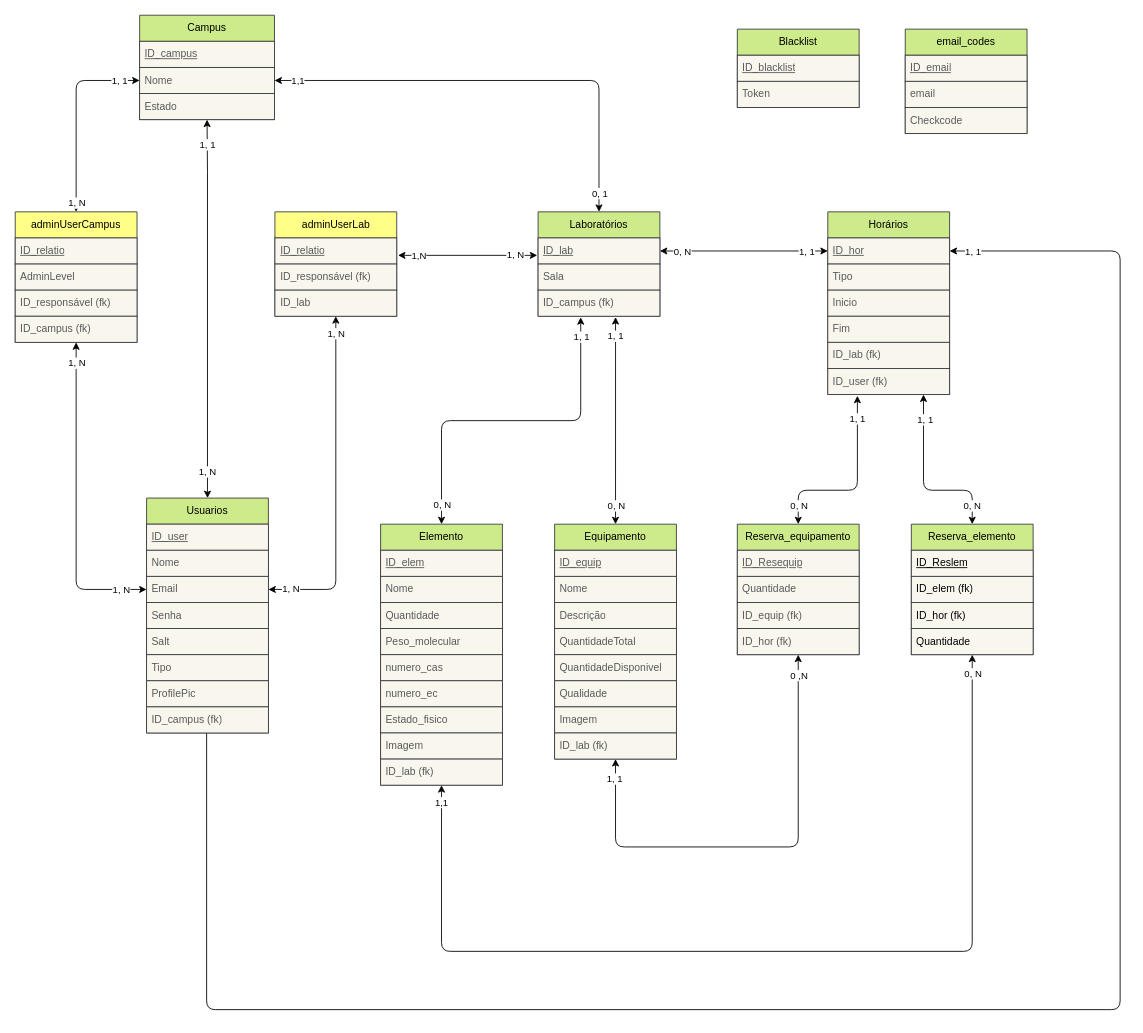
Above: database/iflab.drawio in MatheusCamargoGinebro/APIFlab (draw.io), before the change. Source tidied: cells renumbered, new cells numbered last; positions are measured from the earlier drawing's top-left corner, leaving out a move shared by most shapes. Both pictures are drawn from the tidied source at 87%, with x=0, y=0 at pixel (15, 15).
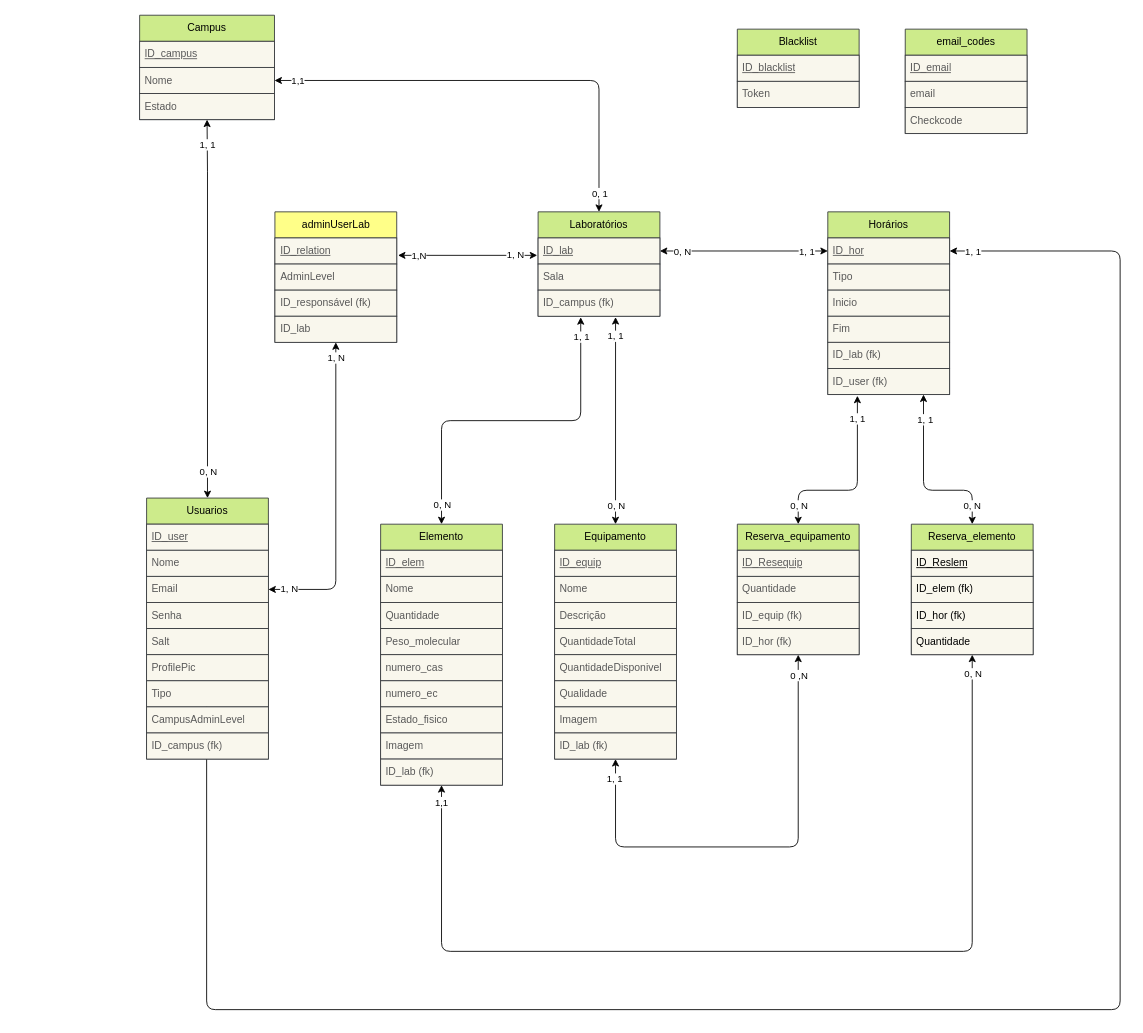
The same page after the edit.

The change refers to these unchanged cells:
```xml
<mxCell id="14" value="Email" style="text;strokeColor=#36393d;fillColor=#f9f7ed;align=left;verticalAlign=middle;spacingLeft=4;spacingRight=4;overflow=hidden;points=[[0,0.5],[1,0.5]];portConstraint=eastwest;whiteSpace=wrap;html=1;fontColor=#595959;" parent="11" vertex="1">
  <mxGeometry y="90" width="140" height="30" as="geometry" />
</mxCell>
<mxCell id="20" style="edgeStyle=orthogonalEdgeStyle;rounded=0;jettySize=auto;html=1;entryX=0.5;entryY=0;entryDx=0;entryDy=0;startArrow=classic;startFill=1;exitX=0.5;exitY=1;exitDx=0;exitDy=0;" parent="1" edge="1" source="23" target="11">
  <mxGeometry relative="1" as="geometry">
    <Array as="points">
      <mxPoint x="221" y="180" />
      <mxPoint x="220" y="180" />
    </Array>
  </mxGeometry>
</mxCell>
<mxCell id="25" value="Nome" style="text;strokeColor=#36393d;fillColor=#f9f7ed;align=left;verticalAlign=middle;spacingLeft=4;spacingRight=4;overflow=hidden;points=[[0,0.5],[1,0.5]];portConstraint=eastwest;whiteSpace=wrap;html=1;fontColor=#595959;" parent="23" vertex="1">
  <mxGeometry y="60" width="155" height="30" as="geometry" />
</mxCell>
```

Change to the diagram source:
```diff
@@
-    <mxCell id="5" style="edgeStyle=orthogonalEdgeStyle;html=1;startArrow=classic;startFill=1;entryX=0.5;entryY=1;entryDx=0;entryDy=0;entryPerimeter=0;exitX=0;exitY=0.5;exitDx=0;exitDy=0;" parent="1" edge="1" source="14" target="95">
-      <mxGeometry relative="1" as="geometry" />
-    </mxCell>
-    <mxCell id="6" value="1, N" style="edgeLabel;html=1;align=center;verticalAlign=middle;fontColor=#000000;labelBackgroundColor=#FFFFFF;" parent="5" vertex="1">
-      <mxGeometry x="0.83" relative="1" as="geometry">
-        <mxPoint y="-8" as="offset" />
-      </mxGeometry>
-    </mxCell>
-    <mxCell id="7" value="1, N" style="edgeLabel;html=1;align=center;verticalAlign=middle;fontColor=#000000;labelBackgroundColor=#FFFFFF;" parent="5" vertex="1">
-      <mxGeometry x="-0.84" relative="1" as="geometry">
-        <mxPoint x="-1" as="offset" />
-      </mxGeometry>
-    </mxCell>
@@
     <mxCell id="11" value="Usuarios" style="swimlane;fontStyle=0;horizontal=1;startSize=30;whiteSpace=wrap;html=1;fillColor=#cdeb8b;strokeColor=#36393d;fontColor=#000000;" parent="1" vertex="1">
-      <mxGeometry x="151" y="555" width="140" height="270" as="geometry" />
+      <mxGeometry x="151" y="555" width="140" height="300" as="geometry" />
     </mxCell>
@@
+    <mxCell id="18" value="ProfilePic" style="text;strokeColor=#36393d;fillColor=#f9f7ed;align=left;verticalAlign=middle;spacingLeft=4;spacingRight=4;overflow=hidden;whiteSpace=wrap;html=1;fontColor=#595959;" parent="11" vertex="1">
+      <mxGeometry y="180" width="140" height="30" as="geometry" />
+    </mxCell>
     <mxCell id="17" value="Tipo" style="text;strokeColor=#36393d;fillColor=#f9f7ed;align=left;verticalAlign=middle;spacingLeft=4;spacingRight=4;overflow=hidden;whiteSpace=wrap;html=1;fontColor=#595959;" parent="11" vertex="1">
-      <mxGeometry y="180" width="140" height="30" as="geometry" />
+      <mxGeometry y="210" width="140" height="30" as="geometry" />
     </mxCell>
-    <mxCell id="18" value="ProfilePic" style="text;strokeColor=#36393d;fillColor=#f9f7ed;align=left;verticalAlign=middle;spacingLeft=4;spacingRight=4;overflow=hidden;whiteSpace=wrap;html=1;fontColor=#595959;" parent="11" vertex="1">
-      <mxGeometry y="210" width="140" height="30" as="geometry" />
-    </mxCell>
+    <mxCell id="113" value="CampusAdminLevel" style="text;strokeColor=#36393d;fillColor=#f9f7ed;align=left;verticalAlign=middle;spacingLeft=4;spacingRight=4;overflow=hidden;whiteSpace=wrap;html=1;fontColor=#595959;" parent="11" vertex="1">
+      <mxGeometry y="240" width="140" height="30" as="geometry" />
+    </mxCell>
     <mxCell id="19" value="ID_campus (fk)" style="text;strokeColor=#36393d;fillColor=#f9f7ed;align=left;verticalAlign=middle;spacingLeft=4;spacingRight=4;overflow=hidden;whiteSpace=wrap;html=1;fontColor=#595959;" parent="11" vertex="1">
-      <mxGeometry y="240" width="140" height="30" as="geometry" />
+      <mxGeometry y="270" width="140" height="30" as="geometry" />
     </mxCell>
@@
-    <mxCell id="22" value="1, N" style="edgeLabel;html=1;align=center;verticalAlign=middle;fontColor=#000000;labelBackgroundColor=#FFFFFF;" parent="20" vertex="1">
+    <mxCell id="22" value="0, N" style="edgeLabel;html=1;align=center;verticalAlign=middle;fontColor=#000000;labelBackgroundColor=#FFFFFF;" parent="20" vertex="1">
       <mxGeometry x="0.74" y="1" relative="1" as="geometry">
-        <mxPoint x="-2" y="27" as="offset" />
+        <mxPoint x="-1" y="27" as="offset" />
       </mxGeometry>
     </mxCell>
@@
-    <mxCell id="88" style="edgeStyle=orthogonalEdgeStyle;html=1;entryX=0;entryY=0.5;entryDx=0;entryDy=0;startArrow=classic;startFill=1;" parent="1" edge="1" source="91" target="25">
-      <mxGeometry relative="1" as="geometry" />
-    </mxCell>
-    <mxCell id="89" value="1, 1" style="edgeLabel;html=1;align=center;verticalAlign=middle;fontColor=#000000;labelBackgroundColor=#FFFFFF;" parent="88" vertex="1">
-      <mxGeometry x="0.88" y="1" relative="1" as="geometry">
-        <mxPoint x="-11" as="offset" />
-      </mxGeometry>
-    </mxCell>
-    <mxCell id="90" value="1, N" style="edgeLabel;html=1;align=center;verticalAlign=middle;fontColor=#000000;labelBackgroundColor=#FFFFFF;" parent="88" vertex="1">
-      <mxGeometry x="-0.89" relative="1" as="geometry">
-        <mxPoint y="1" as="offset" />
-      </mxGeometry>
-    </mxCell>
-    <mxCell id="91" value="adminUserCampus" style="swimlane;fontStyle=0;horizontal=1;startSize=30;whiteSpace=wrap;html=1;fillColor=#ffff88;strokeColor=#36393d;fontColor=#000000;" parent="1" vertex="1">
-      <mxGeometry y="226" width="140" height="150" as="geometry" />
-    </mxCell>
-    <mxCell id="92" value="&lt;u&gt;ID_relatio&lt;/u&gt;" style="text;strokeColor=#36393d;fillColor=#f9f7ed;align=left;verticalAlign=middle;spacingLeft=4;spacingRight=4;overflow=hidden;whiteSpace=wrap;html=1;fontColor=#595959;" parent="91" vertex="1">
-      <mxGeometry y="30" width="140" height="30" as="geometry" />
-    </mxCell>
-    <mxCell id="93" value="AdminLevel" style="text;strokeColor=#36393d;fillColor=#f9f7ed;align=left;verticalAlign=middle;spacingLeft=4;spacingRight=4;overflow=hidden;whiteSpace=wrap;html=1;fontColor=#595959;" parent="91" vertex="1">
-      <mxGeometry y="60" width="140" height="30" as="geometry" />
-    </mxCell>
-    <mxCell id="94" value="ID_responsável (fk)" style="text;strokeColor=#36393d;fillColor=#f9f7ed;align=left;verticalAlign=middle;spacingLeft=4;spacingRight=4;overflow=hidden;whiteSpace=wrap;html=1;fontColor=#595959;" parent="91" vertex="1">
-      <mxGeometry y="90" width="140" height="30" as="geometry" />
-    </mxCell>
-    <mxCell id="95" value="ID_campus (fk)" style="text;strokeColor=#36393d;fillColor=#f9f7ed;align=left;verticalAlign=middle;spacingLeft=4;spacingRight=4;overflow=hidden;points=[[0,0.5],[1,0.5]];portConstraint=eastwest;whiteSpace=wrap;html=1;fontColor=#595959;" parent="91" vertex="1">
-      <mxGeometry y="120" width="140" height="30" as="geometry" />
-    </mxCell>
@@
     <mxCell id="99" value="adminUserLab" style="swimlane;fontStyle=0;horizontal=1;startSize=30;whiteSpace=wrap;html=1;fillColor=#ffff88;strokeColor=#36393d;fontColor=#000000;" parent="1" vertex="1">
-      <mxGeometry x="298.5" y="226" width="140" height="120" as="geometry" />
+      <mxGeometry x="298.5" y="226" width="140" height="150" as="geometry" />
     </mxCell>
-    <mxCell id="100" value="&lt;u&gt;ID_relatio&lt;/u&gt;" style="text;strokeColor=#36393d;fillColor=#f9f7ed;align=left;verticalAlign=middle;spacingLeft=4;spacingRight=4;overflow=hidden;whiteSpace=wrap;html=1;fontColor=#595959;" parent="99" vertex="1">
+    <mxCell id="100" value="&lt;u&gt;ID_relation&lt;/u&gt;" style="text;strokeColor=#36393d;fillColor=#f9f7ed;align=left;verticalAlign=middle;spacingLeft=4;spacingRight=4;overflow=hidden;whiteSpace=wrap;html=1;fontColor=#595959;" parent="99" vertex="1">
       <mxGeometry y="30" width="140" height="30" as="geometry" />
     </mxCell>
+    <mxCell id="93" value="AdminLevel" style="text;strokeColor=#36393d;fillColor=#f9f7ed;align=left;verticalAlign=middle;spacingLeft=4;spacingRight=4;overflow=hidden;whiteSpace=wrap;html=1;fontColor=#595959;" parent="99" vertex="1">
+      <mxGeometry y="60" width="140" height="30" as="geometry" />
+    </mxCell>
     <mxCell id="101" value="ID_responsável (fk)" style="text;strokeColor=#36393d;fillColor=#f9f7ed;align=left;verticalAlign=middle;spacingLeft=4;spacingRight=4;overflow=hidden;whiteSpace=wrap;html=1;fontColor=#595959;" parent="99" vertex="1">
-      <mxGeometry y="60" width="140" height="30" as="geometry" />
+      <mxGeometry y="90" width="140" height="30" as="geometry" />
     </mxCell>
     <mxCell id="102" value="ID_lab" style="text;strokeColor=#36393d;fillColor=#f9f7ed;align=left;verticalAlign=middle;spacingLeft=4;spacingRight=4;overflow=hidden;whiteSpace=wrap;html=1;fontColor=#595959;" parent="99" vertex="1">
-      <mxGeometry y="90" width="140" height="30" as="geometry" />
+      <mxGeometry y="120" width="140" height="30" as="geometry" />
     </mxCell>
```
